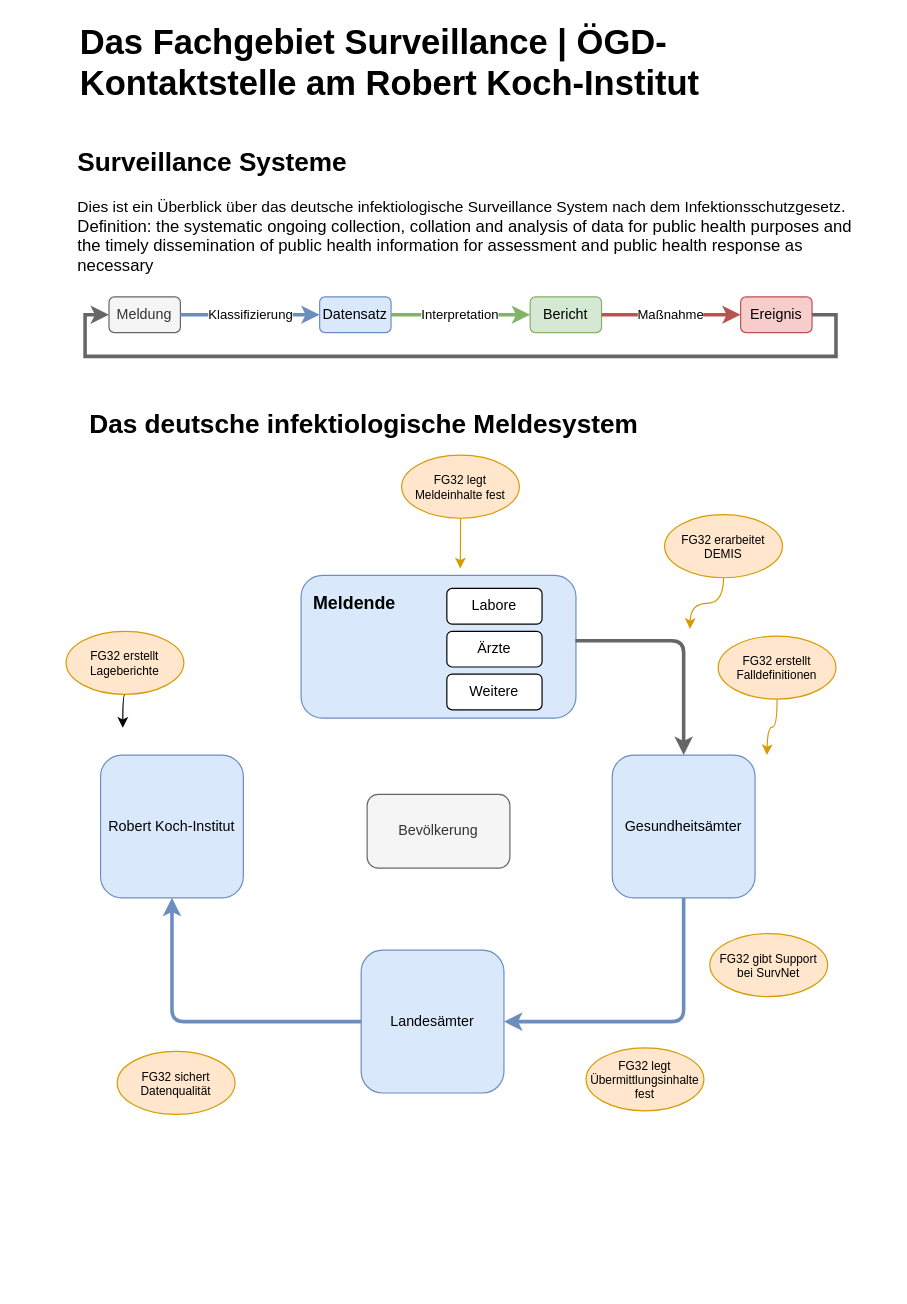
Earlier version of the draw.io diagram drawio/Surveillance-System-Übersicht.drawio (jakobschumacher/graphs). Source tidied: cells renumbered, new cells numbered last; positions are measured from the earlier drawing's top-left corner, leaving out a move shared by most shapes. Both pictures are drawn from the tidied source at 119%, with x=0, y=0 at pixel (65, 44).
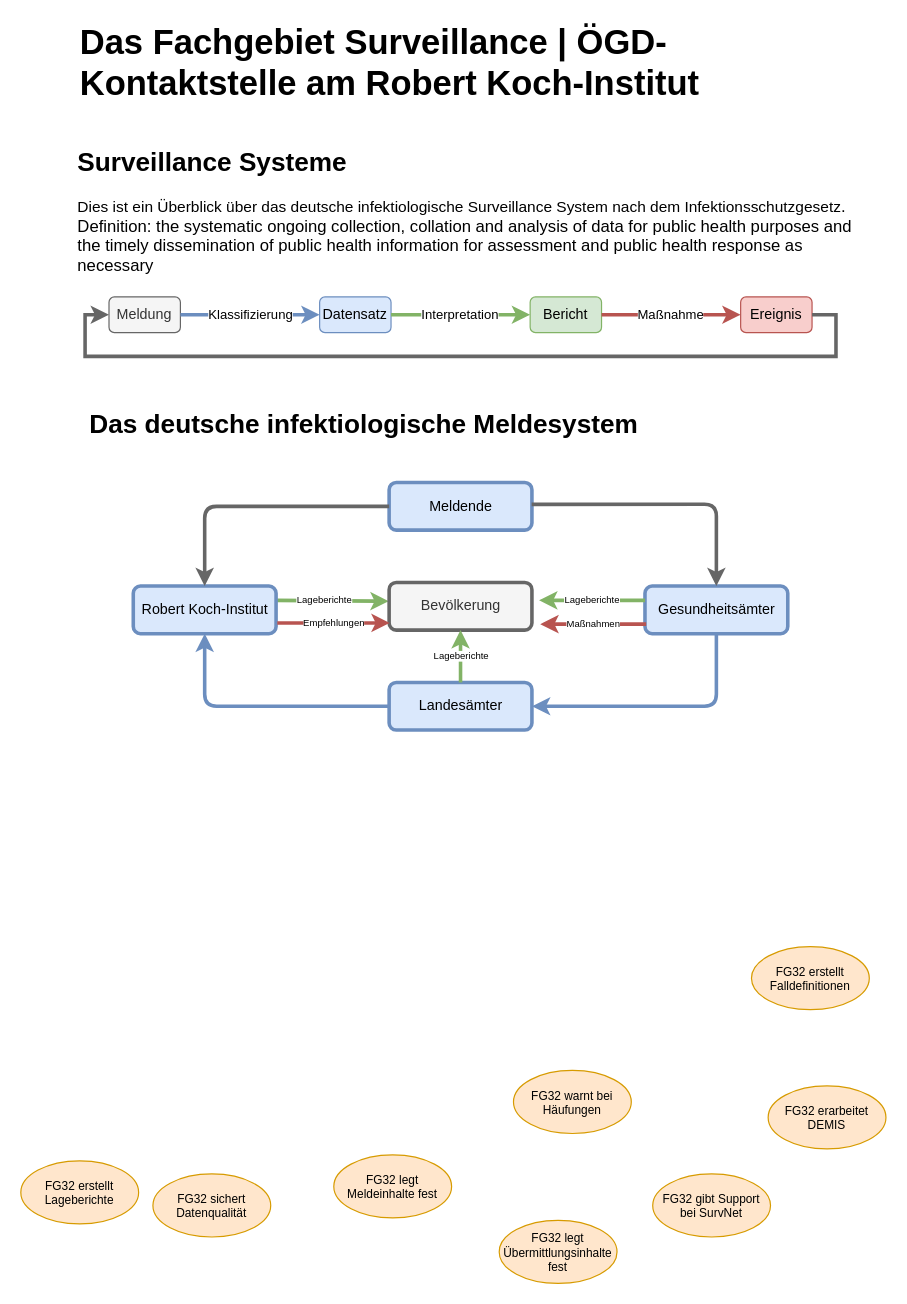
Above is the later version.

Diff of the diagram source:
```diff
@@
-    <mxCell id="2" value="Meldende" style="rounded=1;whiteSpace=wrap;html=1;fillColor=#dae8fc;strokeColor=#6c8ebf;align=left;spacing=10;verticalAlign=top;fontStyle=1;fontSize=15;" parent="1" vertex="1">
-      <mxGeometry x="197.5" y="446" width="231" height="120" as="geometry" />
+    <mxCell id="2" value="Meldende" style="rounded=1;whiteSpace=wrap;html=1;fillColor=#dae8fc;strokeColor=#6c8ebf;align=center;spacing=2;verticalAlign=middle;fontStyle=0;fontSize=12;strokeWidth=3;" parent="1" vertex="1">
+      <mxGeometry x="271.5" y="368" width="120" height="40" as="geometry" />
     </mxCell>
-    <mxCell id="3" value="Labore" style="rounded=1;whiteSpace=wrap;html=1;" parent="1" vertex="1">
-      <mxGeometry x="320" y="457" width="80" height="30" as="geometry" />
-    </mxCell>
-    <mxCell id="4" value="Ärzte" style="rounded=1;whiteSpace=wrap;html=1;" parent="1" vertex="1">
-      <mxGeometry x="320" y="493" width="80" height="30" as="geometry" />
-    </mxCell>
-    <mxCell id="5" value="Gesundheitsämter" style="rounded=1;whiteSpace=wrap;html=1;fillColor=#dae8fc;strokeColor=#6c8ebf;" parent="1" vertex="1">
-      <mxGeometry x="459" y="597" width="120" height="120" as="geometry" />
+    <mxCell id="5" value="Gesundheitsämter" style="rounded=1;whiteSpace=wrap;html=1;fillColor=#dae8fc;strokeColor=#6c8ebf;strokeWidth=3;fontStyle=0;" parent="1" vertex="1">
+      <mxGeometry x="486.5" y="455" width="120" height="40" as="geometry" />
     </mxCell>
-    <mxCell id="6" value="Landesämter" style="rounded=1;whiteSpace=wrap;html=1;fillColor=#dae8fc;strokeColor=#6c8ebf;" parent="1" vertex="1">
-      <mxGeometry x="248" y="761" width="120" height="120" as="geometry" />
+    <mxCell id="6" value="Landesämter" style="rounded=1;whiteSpace=wrap;html=1;fillColor=#dae8fc;strokeColor=#6c8ebf;strokeWidth=3;fontStyle=0;" parent="1" vertex="1">
+      <mxGeometry x="271.5" y="536" width="120" height="40" as="geometry" />
     </mxCell>
+    <mxCell id="37" style="edgeStyle=orthogonalEdgeStyle;curved=1;jettySize=auto;html=1;exitX=1;exitY=0.5;exitDx=0;exitDy=0;entryX=-0.003;entryY=0.392;entryDx=0;entryDy=0;fontSize=29;endArrow=classic;endFill=1;strokeWidth=3;fillColor=#d5e8d4;strokeColor=#82b366;entryPerimeter=0;" parent="1" edge="1" target="12">
+      <mxGeometry relative="1" as="geometry">
+        <mxPoint x="176.5" y="467" as="sourcePoint" />
+      </mxGeometry>
+    </mxCell>
+    <mxCell id="38" value="Lageberichte" style="edgeLabel;html=1;align=center;verticalAlign=middle;fontSize=8;" parent="37" vertex="1">
+      <mxGeometry x="0.19" y="1" relative="1" as="geometry">
+        <mxPoint x="-16" as="offset" />
+      </mxGeometry>
+    </mxCell>
-    <mxCell id="7" value="Robert Koch-Institut" style="rounded=1;whiteSpace=wrap;html=1;fillColor=#dae8fc;strokeColor=#6c8ebf;" parent="1" vertex="1">
-      <mxGeometry x="29" y="597" width="120" height="120" as="geometry" />
+    <mxCell id="7" value="Robert Koch-Institut" style="rounded=1;whiteSpace=wrap;html=1;fillColor=#dae8fc;strokeColor=#6c8ebf;strokeWidth=3;fontStyle=0;" parent="1" vertex="1">
+      <mxGeometry x="56.5" y="455" width="120" height="40" as="geometry" />
     </mxCell>
@@
-    <mxCell id="10" value="Weitere " style="rounded=1;whiteSpace=wrap;html=1;" parent="1" vertex="1">
-      <mxGeometry x="320" y="529" width="80" height="30" as="geometry" />
-    </mxCell>
@@
-    <mxCell id="12" value="Bevölkerung" style="rounded=1;whiteSpace=wrap;html=1;fillColor=#f5f5f5;strokeColor=#666666;fontColor=#333333;" parent="1" vertex="1">
-      <mxGeometry x="253" y="630" width="120" height="62" as="geometry" />
+    <mxCell id="12" value="Bevölkerung" style="rounded=1;whiteSpace=wrap;html=1;fillColor=#f5f5f5;strokeColor=#666666;fontColor=#333333;strokeWidth=3;" parent="1" vertex="1">
+      <mxGeometry x="271.5" y="452" width="120" height="40" as="geometry" />
     </mxCell>
@@
-    <mxCell id="14" style="edgeStyle=orthogonalEdgeStyle;curved=1;jettySize=auto;html=1;exitX=0.5;exitY=1;exitDx=0;exitDy=0;fontSize=10;endArrow=classic;endFill=1;strokeWidth=1;fillColor=#ffe6cc;strokeColor=#d79b00;" parent="1" edge="1" source="15">
-      <mxGeometry relative="1" as="geometry">
-        <mxPoint x="589" y="597" as="targetPoint" />
-      </mxGeometry>
-    </mxCell>
     <mxCell id="15" value="FG32 erstellt Falldefinitionen" style="ellipse;whiteSpace=wrap;html=1;fontSize=10;fillColor=#ffe6cc;strokeColor=#d79b00;" parent="1" vertex="1">
-      <mxGeometry x="548" y="497" width="99" height="53" as="geometry" />
+      <mxGeometry x="576" y="758" width="99" height="53" as="geometry" />
     </mxCell>
@@
-    <mxCell id="25" style="edgeStyle=orthogonalEdgeStyle;curved=1;jettySize=auto;html=1;exitX=0.5;exitY=1;exitDx=0;exitDy=0;fontSize=14;endArrow=classic;endFill=1;strokeWidth=1;fillColor=#ffe6cc;strokeColor=#d79b00;" parent="1" edge="1" source="26">
-      <mxGeometry relative="1" as="geometry">
-        <mxPoint x="524.3" y="491" as="targetPoint" />
-      </mxGeometry>
-    </mxCell>
     <mxCell id="26" value="FG32 erarbeitet DEMIS" style="ellipse;whiteSpace=wrap;html=1;fontSize=10;fillColor=#ffe6cc;strokeColor=#d79b00;" parent="1" vertex="1">
-      <mxGeometry x="503" y="395" width="99" height="53" as="geometry" />
+      <mxGeometry x="590" y="875" width="99" height="53" as="geometry" />
     </mxCell>
-    <mxCell id="27" style="edgeStyle=orthogonalEdgeStyle;curved=1;jettySize=auto;html=1;exitX=0.5;exitY=1;exitDx=0;exitDy=0;fontSize=14;endArrow=classic;endFill=1;strokeWidth=1;fillColor=#ffe6cc;strokeColor=#d79b00;" parent="1" edge="1" source="28">
-      <mxGeometry relative="1" as="geometry">
-        <mxPoint x="331.3" y="440.2" as="targetPoint" />
-      </mxGeometry>
-    </mxCell>
     <mxCell id="28" value="FG32 legt Meldeinhalte fest" style="ellipse;whiteSpace=wrap;html=1;fontSize=10;fillColor=#ffe6cc;strokeColor=#d79b00;" parent="1" vertex="1">
-      <mxGeometry x="282" y="345" width="99" height="53" as="geometry" />
+      <mxGeometry x="225" y="933" width="99" height="53" as="geometry" />
     </mxCell>
-    <mxCell id="29" style="edgeStyle=orthogonalEdgeStyle;curved=1;jettySize=auto;html=1;exitX=0.5;exitY=1;exitDx=0;exitDy=0;fontSize=14;endArrow=classic;endFill=1;strokeWidth=1;" parent="1" edge="1" source="30">
-      <mxGeometry relative="1" as="geometry">
-        <mxPoint x="47.7" y="574.1" as="targetPoint" />
-      </mxGeometry>
-    </mxCell>
     <mxCell id="30" value="FG32 erstellt Lageberichte" style="ellipse;whiteSpace=wrap;html=1;fontSize=10;fillColor=#ffe6cc;strokeColor=#d79b00;" parent="1" vertex="1">
-      <mxGeometry y="493" width="99" height="53" as="geometry" />
+      <mxGeometry x="-38" y="938" width="99" height="53" as="geometry" />
     </mxCell>
     <mxCell id="31" value="FG32 legt Übermittlungsinhalte fest" style="ellipse;whiteSpace=wrap;html=1;fontSize=10;fillColor=#ffe6cc;strokeColor=#d79b00;" parent="1" vertex="1">
-      <mxGeometry x="437" y="843" width="99" height="53" as="geometry" />
+      <mxGeometry x="364" y="988" width="99" height="53" as="geometry" />
     </mxCell>
     <mxCell id="32" value="FG32 gibt Support bei SurvNet" style="ellipse;whiteSpace=wrap;html=1;fontSize=10;fillColor=#ffe6cc;strokeColor=#d79b00;" parent="1" vertex="1">
-      <mxGeometry x="541" y="747" width="99" height="53" as="geometry" />
+      <mxGeometry x="493" y="949" width="99" height="53" as="geometry" />
     </mxCell>
     <mxCell id="33" value="FG32 sichert Datenqualität" style="ellipse;whiteSpace=wrap;html=1;fontSize=10;fillColor=#ffe6cc;strokeColor=#d79b00;" parent="1" vertex="1">
-      <mxGeometry x="43" y="846" width="99" height="53" as="geometry" />
+      <mxGeometry x="73" y="949" width="99" height="53" as="geometry" />
     </mxCell>
@@
+    <mxCell id="39" value="FG32 warnt bei Häufungen" style="ellipse;whiteSpace=wrap;html=1;fontSize=10;fillColor=#ffe6cc;strokeColor=#d79b00;" parent="1" vertex="1">
+      <mxGeometry x="376" y="862" width="99" height="53" as="geometry" />
+    </mxCell>
+    <mxCell id="40" value="Lageberichte" style="edgeStyle=orthogonalEdgeStyle;curved=1;jettySize=auto;html=1;exitX=0.5;exitY=0;exitDx=0;exitDy=0;entryX=0.5;entryY=1;entryDx=0;entryDy=0;fontSize=8;endArrow=classic;endFill=1;strokeWidth=3;fillColor=#d5e8d4;strokeColor=#82b366;" parent="1" edge="1" source="6" target="12">
+      <mxGeometry relative="1" as="geometry" />
+    </mxCell>
+    <mxCell id="41" value="Lageberichte" style="edgeStyle=orthogonalEdgeStyle;curved=1;orthogonalLoop=1;jettySize=auto;html=1;exitX=0;exitY=0.5;exitDx=0;exitDy=0;entryX=1;entryY=0.5;entryDx=0;entryDy=0;fontSize=8;endArrow=classic;endFill=1;strokeWidth=3;fillColor=#d5e8d4;strokeColor=#82b366;" parent="1" edge="1">
+      <mxGeometry relative="1" as="geometry">
+        <mxPoint x="486.5" y="467" as="sourcePoint" />
+        <mxPoint x="397.5" y="467" as="targetPoint" />
+      </mxGeometry>
+    </mxCell>
+    <mxCell id="42" value="&lt;font style=&quot;font-size: 8px;&quot;&gt;Empfehlungen&lt;/font&gt;" style="edgeStyle=orthogonalEdgeStyle;curved=1;orthogonalLoop=1;jettySize=auto;html=1;exitX=1;exitY=0.5;exitDx=0;exitDy=0;fontSize=8;endArrow=classic;endFill=1;strokeWidth=3;fillColor=#f8cecc;strokeColor=#b85450;" parent="1" edge="1">
+      <mxGeometry relative="1" as="geometry">
+        <mxPoint x="177.5" y="486" as="sourcePoint" />
+        <mxPoint x="272" y="486" as="targetPoint" />
+      </mxGeometry>
+    </mxCell>
+    <mxCell id="43" value="Maßnahmen" style="edgeStyle=orthogonalEdgeStyle;curved=1;orthogonalLoop=1;jettySize=auto;html=1;exitX=0;exitY=0.5;exitDx=0;exitDy=0;entryX=1;entryY=0.5;entryDx=0;entryDy=0;fontSize=8;endArrow=classic;endFill=1;strokeWidth=3;fillColor=#f8cecc;strokeColor=#b85450;" parent="1" edge="1">
+      <mxGeometry relative="1" as="geometry">
+        <mxPoint x="487.5" y="487" as="sourcePoint" />
+        <mxPoint x="398.5" y="487" as="targetPoint" />
+      </mxGeometry>
+    </mxCell>
+    <mxCell id="44" style="edgeStyle=orthogonalEdgeStyle;rounded=1;jettySize=auto;html=1;entryX=0.5;entryY=0;entryDx=0;entryDy=0;fillColor=#f5f5f5;strokeColor=#666666;strokeWidth=3;exitX=0;exitY=0.5;exitDx=0;exitDy=0;" parent="1" edge="1" source="2" target="7">
+      <mxGeometry relative="1" as="geometry" />
+    </mxCell>
```
